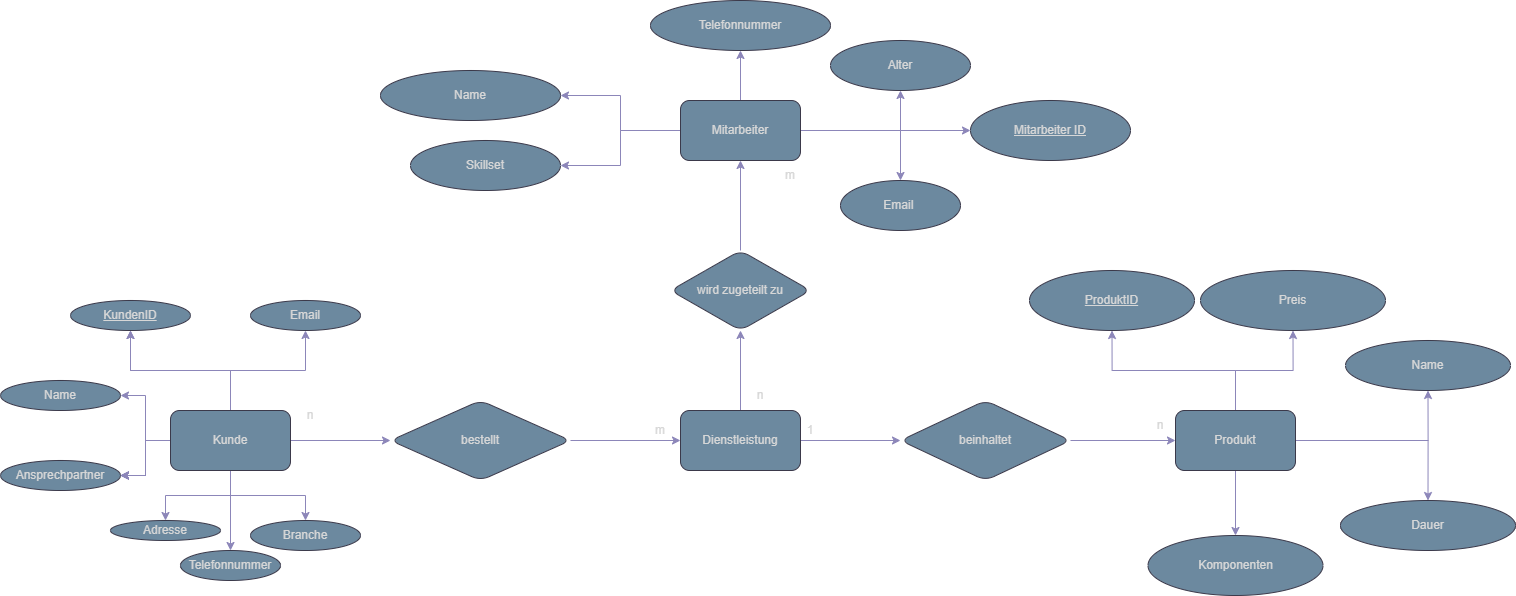
Before: Unbenanntes Diagramm.drawio.png, a diagram exported from draw.io (0xj0n1/Grundlagen-Wirtschaftsinformatik-Charts). Source tidied: cells renumbered, new cells last; positions are measured from the earlier drawing's top-left corner, leaving out a move shared by most shapes.
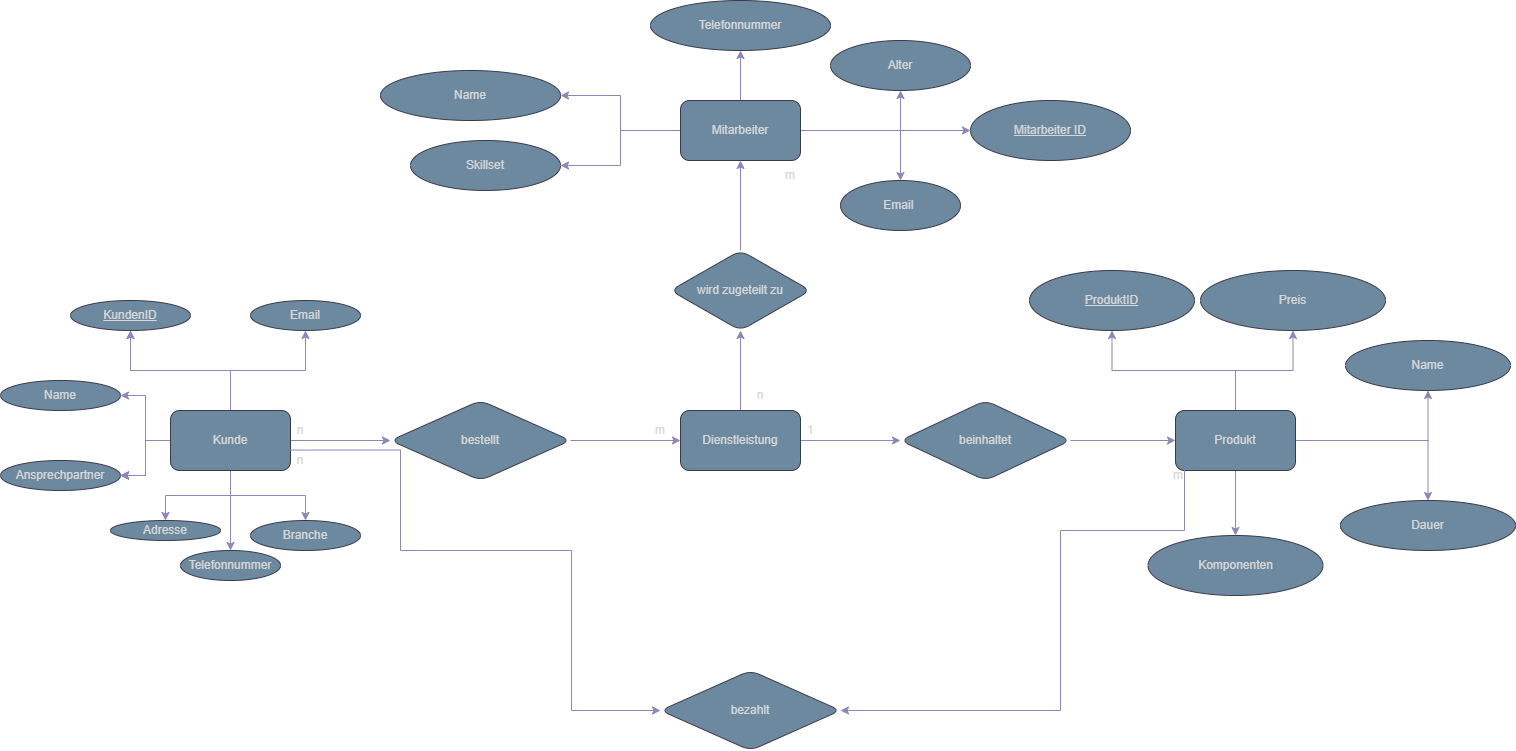
The same file after the commit.

Diff of the diagram source:
```diff
@@ -167,9 +167,6 @@
     <mxCell id="56" value="Komponenten" style="ellipse;whiteSpace=wrap;html=1;rounded=1;labelBackgroundColor=none;fillColor=#5D7F99;strokeColor=#D0CEE2;fontColor=#1A1A1A;" parent="1" vertex="1">
       <mxGeometry x="1147.5" y="535" width="175" height="60" as="geometry" />
     </mxCell>
-    <mxCell id="57" value="n" style="text;strokeColor=none;align=center;fillColor=none;html=1;verticalAlign=middle;whiteSpace=wrap;rounded=0;fontColor=#1A1A1A;" parent="1" vertex="1">
-      <mxGeometry x="280" y="400" width="60" height="30" as="geometry" />
-    </mxCell>
     <mxCell id="58" value="m" style="text;strokeColor=none;align=center;fillColor=none;html=1;verticalAlign=middle;whiteSpace=wrap;rounded=0;fontColor=#1A1A1A;" parent="1" vertex="1">
       <mxGeometry x="630" y="420" width="60" height="20" as="geometry" />
     </mxCell>
@@ -179,11 +176,44 @@
     <mxCell id="60" value="n" style="text;strokeColor=none;align=center;fillColor=none;html=1;verticalAlign=middle;whiteSpace=wrap;rounded=0;fontColor=#1A1A1A;" parent="1" vertex="1">
       <mxGeometry x="730" y="380" width="60" height="30" as="geometry" />
     </mxCell>
-    <mxCell id="61" value="n" style="text;strokeColor=none;align=center;fillColor=none;html=1;verticalAlign=middle;whiteSpace=wrap;rounded=0;fontColor=#1A1A1A;" parent="1" vertex="1">
+    <mxCell id="61" value="n" style="text;align=center;html=1;verticalAlign=middle;whiteSpace=wrap;rounded=0;" parent="1" vertex="1">
       <mxGeometry x="1130" y="410" width="60" height="30" as="geometry" />
     </mxCell>
     <mxCell id="62" value="m" style="text;strokeColor=none;align=center;fillColor=none;html=1;verticalAlign=middle;whiteSpace=wrap;rounded=0;fontColor=#1A1A1A;" parent="1" vertex="1">
       <mxGeometry x="760" y="160" width="60" height="30" as="geometry" />
     </mxCell>
+    <mxCell id="63" value="bezahlt" style="rhombus;whiteSpace=wrap;html=1;rounded=1;labelBackgroundColor=none;fillColor=#5D7F99;strokeColor=#D0CEE2;fontColor=#1A1A1A;" parent="1" vertex="1">
+      <mxGeometry x="660" y="670" width="180" height="80" as="geometry" />
+    </mxCell>
+    <mxCell id="64" style="edgeStyle=orthogonalEdgeStyle;rounded=0;jettySize=auto;html=1;labelBackgroundColor=none;fontColor=default;strokeColor=#736CA8;exitX=0.991;exitY=0.659;exitDx=0;exitDy=0;exitPerimeter=0;" parent="1" edge="1" source="16" target="63">
+      <mxGeometry relative="1" as="geometry">
+        <Array as="points">
+          <mxPoint x="400" y="449" />
+          <mxPoint x="400" y="550" />
+          <mxPoint x="571" y="550" />
+          <mxPoint x="571" y="710" />
+        </Array>
+      </mxGeometry>
+    </mxCell>
+    <mxCell id="65" style="edgeStyle=orthogonalEdgeStyle;rounded=0;jettySize=auto;html=1;labelBackgroundColor=none;fontColor=default;strokeColor=#736CA8;entryX=1;entryY=0.5;entryDx=0;entryDy=0;" parent="1" edge="1" target="63">
+      <mxGeometry relative="1" as="geometry">
+        <mxPoint x="1184" y="468" as="sourcePoint" />
+        <Array as="points">
+          <mxPoint x="1184" y="468" />
+          <mxPoint x="1184" y="530" />
+          <mxPoint x="1060" y="530" />
+          <mxPoint x="1060" y="710" />
+        </Array>
+      </mxGeometry>
+    </mxCell>
+    <mxCell id="66" value="n" style="text;strokeColor=none;align=center;fillColor=none;html=1;verticalAlign=middle;whiteSpace=wrap;rounded=0;fontColor=#1A1A1A;" parent="1" vertex="1">
+      <mxGeometry x="270" y="445" width="60" height="30" as="geometry" />
+    </mxCell>
+    <mxCell id="67" value="n" style="text;strokeColor=none;align=center;fillColor=none;html=1;verticalAlign=middle;whiteSpace=wrap;rounded=0;fontColor=#1A1A1A;" parent="1" vertex="1">
+      <mxGeometry x="270" y="415" width="60" height="30" as="geometry" />
+    </mxCell>
+    <mxCell id="68" value="m" style="text;strokeColor=none;align=center;fillColor=none;html=1;verticalAlign=middle;whiteSpace=wrap;rounded=0;fontColor=#1A1A1A;" parent="1" vertex="1">
+      <mxGeometry x="1147.5" y="460" width="60" height="30" as="geometry" />
+    </mxCell>
   </root>
 </mxGraphModel>
```
